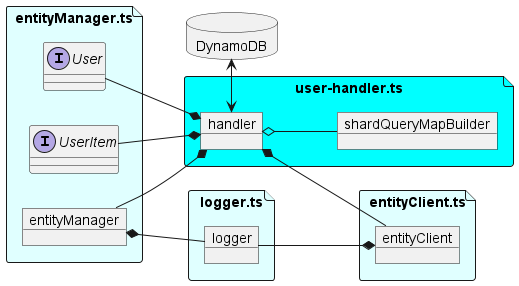
The PlantUML diagram assets/handler.png in karmaniverous/entity-manager-demo, before a commit.
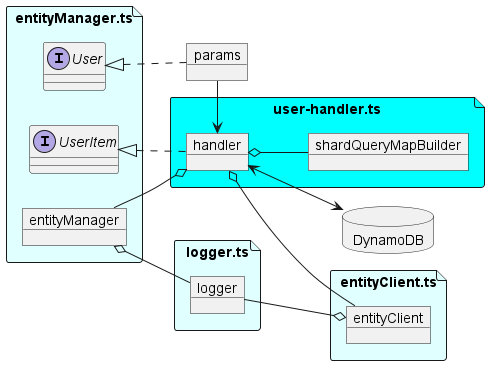
The same file after the commit.

Diff of the diagram source:
```diff
@@ -5,6 +5,7 @@
 left to right direction
 
 database DynamoDB
+object params
 
 file "logger.ts" as loggerTs #LightCyan {
     object logger
@@ -19,18 +20,19 @@
 file "entityClient.ts" as entitClientTs #LightCyan {
     object entityClient
 
-    logger --* entityClient
+    logger --o entityClient
 }
 
 file "user-handler.ts" as searchTs #Cyan {
     object handler
 
-    handler <-> DynamoDB
-    User --* handler
-    UserItem --* handler
-    entityManager --* handler
-    handler *-- entityClient
-    entityManager *-- logger
+    handler <- params
+    User <|.. params
+    UserItem <|.. handler
+    entityManager --o handler
+    handler o-- entityClient
+    entityManager o-- logger
+    handler <--> DynamoDB
 
     object shardQueryMapBuilder
     handler o-- shardQueryMapBuilder
```
